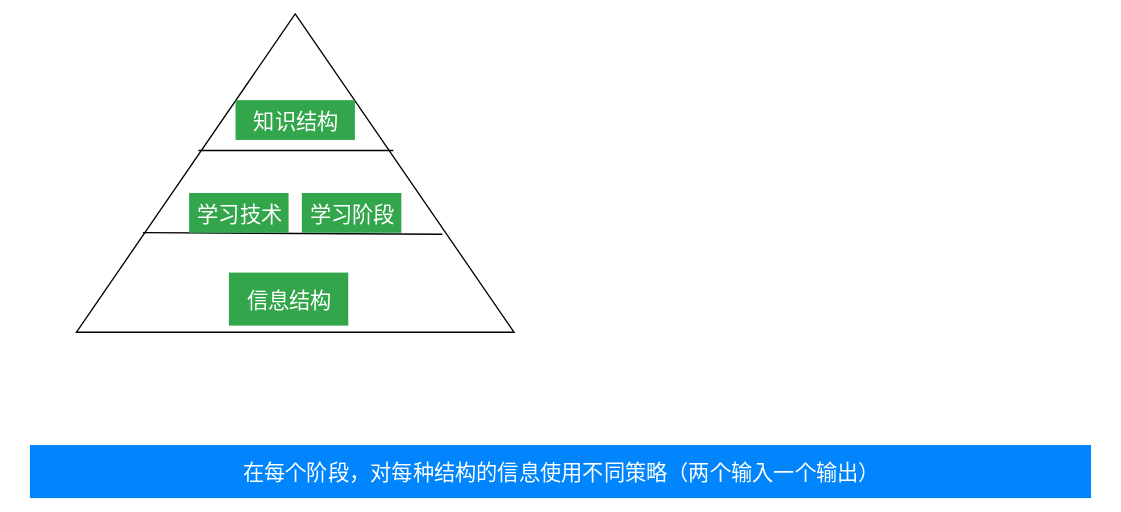
Above: 笔记/学习方法/img/整体性学习.svg in Echo-Yanglulu/obsidianPrivateNote (draw.io), before the change. Source tidied: cells renumbered, new cells last; positions are measured from the earlier drawing's top-left corner, leaving out a move shared by most shapes.
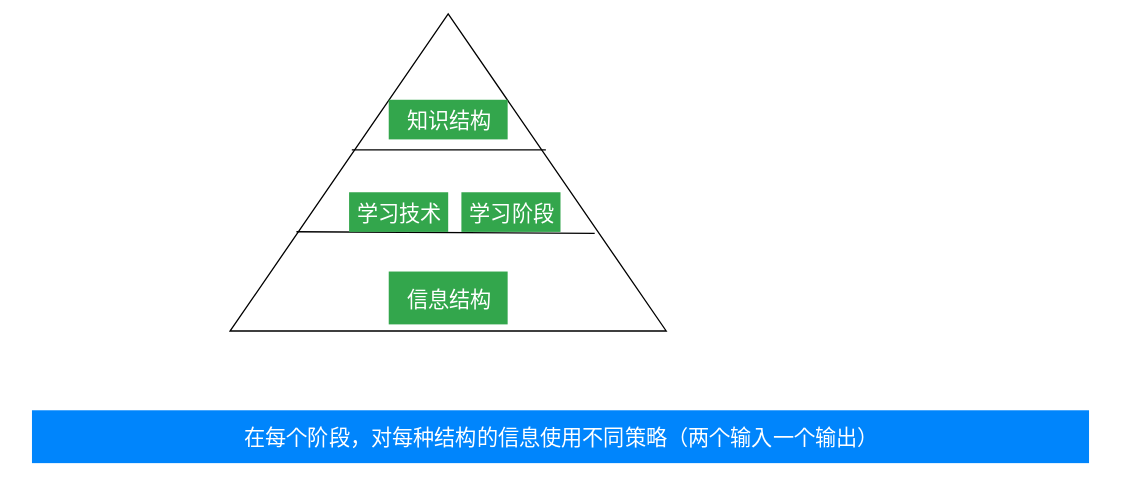
After the commit.

What changed in the source:
```diff
@@ -5,26 +5,29 @@
     <mxCell id="2" value="在每个阶段，对每种结构的信息使用不同策略（两个输入一个输出）" style="html=1;shadow=0;dashed=0;shape=mxgraph.bootstrap.rrect;rSize=5;strokeColor=none;strokeWidth=1;fillColor=#0085FC;fontColor=#FFFFFF;whiteSpace=wrap;align=center;verticalAlign=middle;spacingLeft=0;fontStyle=0;fontSize=16;spacing=5;" parent="1" vertex="1">
       <mxGeometry y="370" width="800" height="40" as="geometry" />
     </mxCell>
+    <mxCell id="10" style="group;" parent="1" vertex="1">
+      <mxGeometry x="150" y="70" width="330" height="240" as="geometry" />
+    </mxCell>
-    <mxCell id="3" style="triangle;whiteSpace=wrap;html=1;rotation=-90;" parent="1" vertex="1">
-      <mxGeometry x="80" width="240" height="330" as="geometry" />
+    <mxCell id="3" style="triangle;whiteSpace=wrap;html=1;rotation=-90;" parent="10" vertex="1">
+      <mxGeometry x="45" y="-45" width="240" height="330" as="geometry" />
     </mxCell>
-    <mxCell id="4" value="知识结构" style="html=1;shadow=0;dashed=0;shape=mxgraph.bootstrap.rrect;rSize=5;strokeColor=none;strokeWidth=1;fillColor=#33A64C;fontColor=#FFFFFF;whiteSpace=wrap;align=center;verticalAlign=middle;spacingLeft=0;fontStyle=0;fontSize=16;spacing=5;" parent="1" vertex="1">
-      <mxGeometry x="155" y="110" width="90" height="30" as="geometry" />
+    <mxCell id="4" value="知识结构" style="html=1;shadow=0;dashed=0;shape=mxgraph.bootstrap.rrect;rSize=5;strokeColor=none;strokeWidth=1;fillColor=#33A64C;fontColor=#FFFFFF;whiteSpace=wrap;align=center;verticalAlign=middle;spacingLeft=0;fontStyle=0;fontSize=16;spacing=5;" parent="10" vertex="1">
+      <mxGeometry x="120" y="65" width="90" height="30" as="geometry" />
     </mxCell>
-    <mxCell id="5" value="信息结构" style="html=1;shadow=0;dashed=0;shape=mxgraph.bootstrap.rrect;rSize=5;strokeColor=none;strokeWidth=1;fillColor=#33A64C;fontColor=#FFFFFF;whiteSpace=wrap;align=center;verticalAlign=middle;spacingLeft=0;fontStyle=0;fontSize=16;spacing=5;" parent="1" vertex="1">
-      <mxGeometry x="150" y="240" width="90" height="40" as="geometry" />
+    <mxCell id="5" value="信息结构" style="html=1;shadow=0;dashed=0;shape=mxgraph.bootstrap.rrect;rSize=5;strokeColor=none;strokeWidth=1;fillColor=#33A64C;fontColor=#FFFFFF;whiteSpace=wrap;align=center;verticalAlign=middle;spacingLeft=0;fontStyle=0;fontSize=16;spacing=5;" parent="10" vertex="1">
+      <mxGeometry x="120" y="195" width="90" height="40" as="geometry" />
     </mxCell>
-    <mxCell id="6" style="endArrow=none;html=1;exitX=0.313;exitY=0.152;exitDx=0;exitDy=0;exitPerimeter=0;entryX=0.308;entryY=0.836;entryDx=0;entryDy=0;entryPerimeter=0;" parent="1" edge="1" source="3" target="3">
+    <mxCell id="6" style="endArrow=none;html=1;exitX=0.313;exitY=0.152;exitDx=0;exitDy=0;exitPerimeter=0;entryX=0.308;entryY=0.836;entryDx=0;entryDy=0;entryPerimeter=0;" parent="10" edge="1" source="3" target="3">
       <mxGeometry relative="1" as="geometry" />
     </mxCell>
-    <mxCell id="7" style="endArrow=none;html=1;entryX=0.571;entryY=0.724;entryDx=0;entryDy=0;entryPerimeter=0;exitX=0.571;exitY=0.279;exitDx=0;exitDy=0;exitPerimeter=0;" parent="1" edge="1" source="3" target="3">
+    <mxCell id="7" style="endArrow=none;html=1;entryX=0.571;entryY=0.724;entryDx=0;entryDy=0;entryPerimeter=0;exitX=0.571;exitY=0.279;exitDx=0;exitDy=0;exitPerimeter=0;" parent="10" edge="1" source="3" target="3">
       <mxGeometry relative="1" as="geometry" />
     </mxCell>
-    <mxCell id="8" value="学习技术" style="html=1;shadow=0;dashed=0;shape=mxgraph.bootstrap.rrect;rSize=5;strokeColor=none;strokeWidth=1;fillColor=#33A64C;fontColor=#FFFFFF;whiteSpace=wrap;align=center;verticalAlign=middle;spacingLeft=0;fontStyle=0;fontSize=16;spacing=5;" parent="1" vertex="1">
-      <mxGeometry x="120" y="180" width="75" height="30" as="geometry" />
+    <mxCell id="8" value="学习技术" style="html=1;shadow=0;dashed=0;shape=mxgraph.bootstrap.rrect;rSize=5;strokeColor=none;strokeWidth=1;fillColor=#33A64C;fontColor=#FFFFFF;whiteSpace=wrap;align=center;verticalAlign=middle;spacingLeft=0;fontStyle=0;fontSize=16;spacing=5;" parent="10" vertex="1">
+      <mxGeometry x="90" y="135" width="75" height="30" as="geometry" />
     </mxCell>
-    <mxCell id="9" value="学习阶段" style="html=1;shadow=0;dashed=0;shape=mxgraph.bootstrap.rrect;rSize=5;strokeColor=none;strokeWidth=1;fillColor=#33A64C;fontColor=#FFFFFF;whiteSpace=wrap;align=center;verticalAlign=middle;spacingLeft=0;fontStyle=0;fontSize=16;spacing=5;" parent="1" vertex="1">
-      <mxGeometry x="205" y="180" width="75" height="30" as="geometry" />
+    <mxCell id="9" value="学习阶段" style="html=1;shadow=0;dashed=0;shape=mxgraph.bootstrap.rrect;rSize=5;strokeColor=none;strokeWidth=1;fillColor=#33A64C;fontColor=#FFFFFF;whiteSpace=wrap;align=center;verticalAlign=middle;spacingLeft=0;fontStyle=0;fontSize=16;spacing=5;" parent="10" vertex="1">
+      <mxGeometry x="175" y="135" width="75" height="30" as="geometry" />
     </mxCell>
   </root>
 </mxGraphModel>
```
